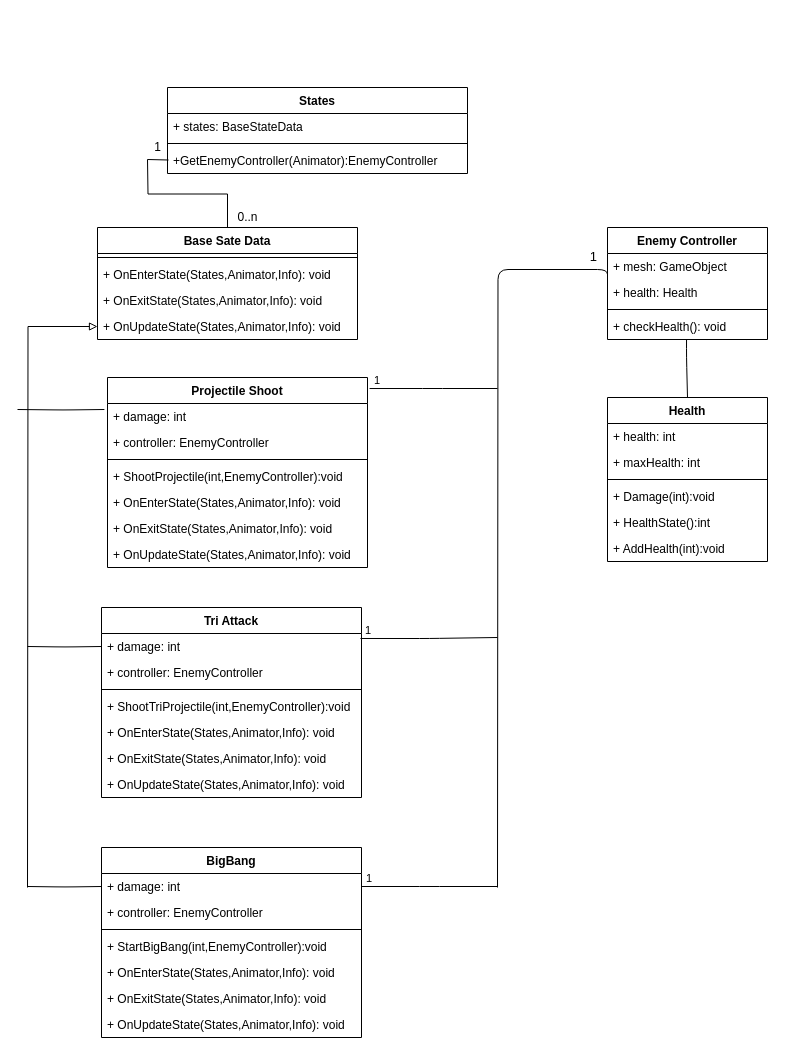
atharvagangrade10/Draw.io keeps this draw.io diagram as Diagrams/Class Dig/EnemyAttacks.drawio. Above is the earlier version. Source tidied: cells renumbered, new cells numbered last; positions are measured from the earlier drawing's top-left corner, leaving out a move shared by most shapes. Both pictures are drawn from the tidied source at 100%, with x=0, y=0 at pixel (17, 87).
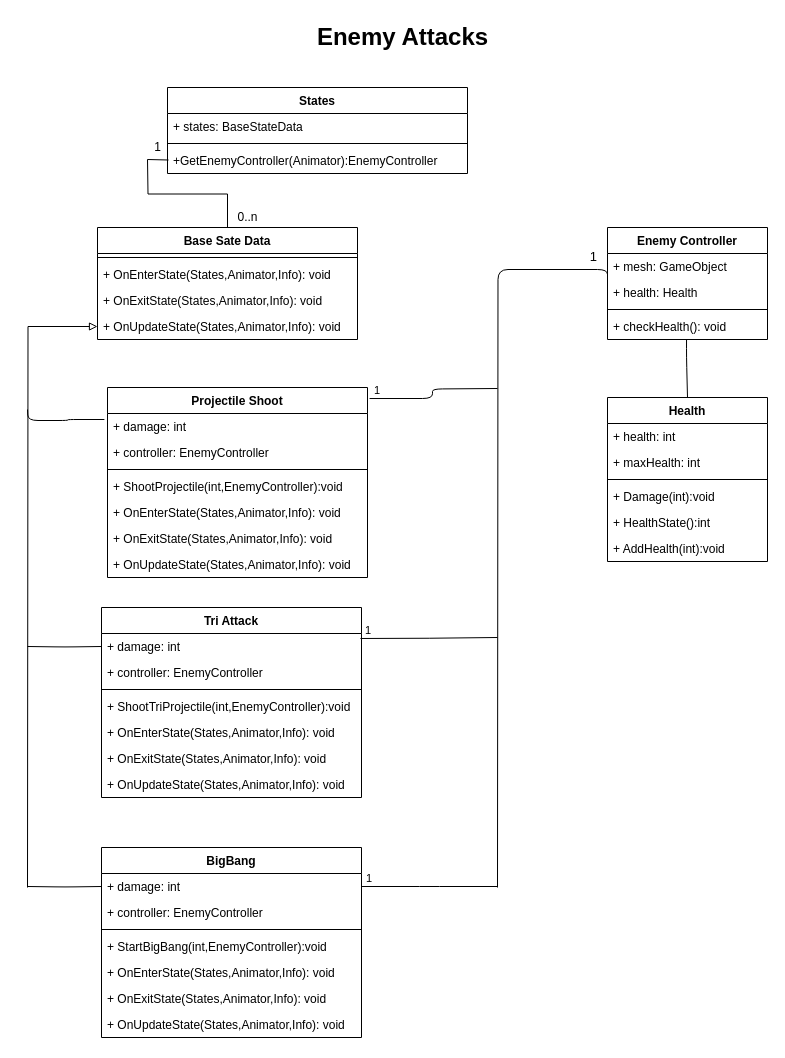
Above is the later version.

Unchanged cells that the change refers to:
```xml
<mxCell id="29" value="+ damage: int" style="text;strokeColor=none;fillColor=none;align=left;verticalAlign=top;spacingLeft=4;spacingRight=4;overflow=hidden;points=[[0,0.5],[1,0.5]];portConstraint=eastwest;" parent="28" vertex="1">
  <mxGeometry y="26" width="260" height="26" as="geometry" />
</mxCell>
<mxCell id="44" value="+ damage: int" style="text;strokeColor=none;fillColor=none;align=left;verticalAlign=top;spacingLeft=4;spacingRight=4;overflow=hidden;points=[[0,0.5],[1,0.5]];portConstraint=eastwest;" parent="43" vertex="1">
  <mxGeometry y="26" width="260" height="26" as="geometry" />
</mxCell>
```

What changed in the source:
```diff
@@
     <mxCell id="28" value="Projectile Shoot" style="swimlane;fontStyle=1;align=center;verticalAlign=top;horizontal=1;startSize=26;" parent="1" vertex="1">
-      <mxGeometry x="90" y="290" width="260" height="190" as="geometry" />
+      <mxGeometry x="90" y="300" width="260" height="190" as="geometry" />
     </mxCell>
@@
     <mxCell id="41" style="endArrow=none;html=1;edgeStyle=orthogonalEdgeStyle;fontSize=13;strokeColor=default;entryX=-0.012;entryY=0.231;entryDx=0;entryDy=0;entryPerimeter=0;" parent="1" edge="1" target="29">
       <mxGeometry relative="1" as="geometry">
-        <mxPoint y="322" as="sourcePoint" />
+        <mxPoint x="10" y="322" as="sourcePoint" />
       </mxGeometry>
     </mxCell>
@@
-    <mxCell id="51" style="endArrow=none;html=1;edgeStyle=orthogonalEdgeStyle;fontSize=13;strokeColor=default;exitX=0.996;exitY=0.192;exitDx=0;exitDy=0;exitPerimeter=0;" parent="1" edge="1" source="44">
+    <mxCell id="51" style="endArrow=none;html=1;edgeStyle=orthogonalEdgeStyle;fontSize=13;strokeColor=default;exitX=0.996;exitY=0.192;exitDx=0;exitDy=0;exitPerimeter=0;curved=1;" parent="1" edge="1" source="44">
       <mxGeometry relative="1" as="geometry">
         <mxPoint x="480" y="550" as="targetPoint" />
       </mxGeometry>
     </mxCell>
@@
+    <mxCell id="64" value="Enemy Attacks" style="text;strokeColor=none;fillColor=none;html=1;fontSize=24;fontStyle=1;verticalAlign=middle;align=center;" parent="1" vertex="1">
+      <mxGeometry x="290" y="-70" width="190" height="40" as="geometry" />
+    </mxCell>
```
